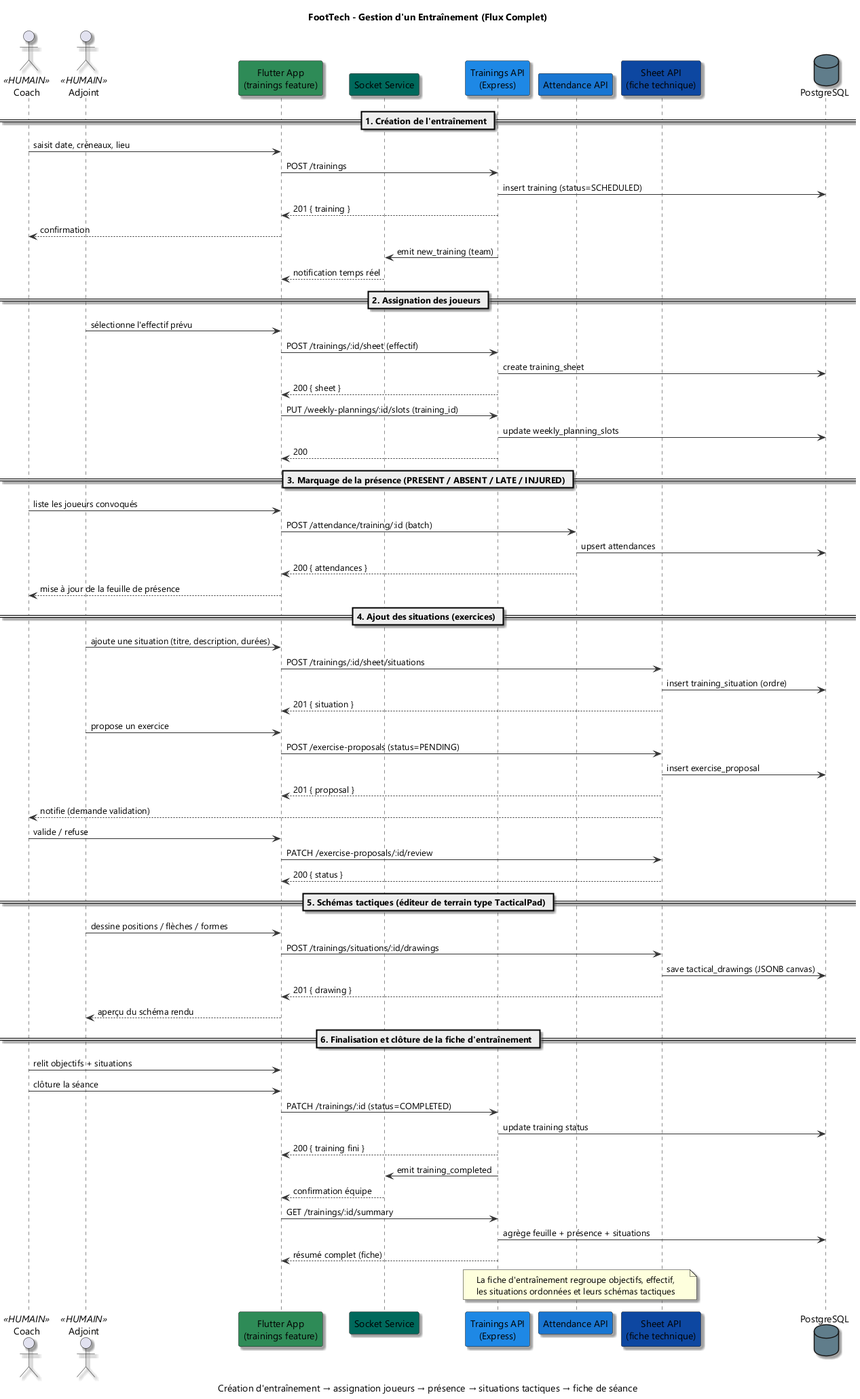
Earlier version of the PlantUML export diagrammes/06_training_flow.png (boubayafares/pfe_complete). Source of this version:
```plantuml
@startuml
!pragma layout smetana
title FootTech - Gestion d'un Entraînement (Flux Complet)
caption Création d'entraînement → assignation joueurs → présence → situations tactiques → fiche de séance

skinparam backgroundColor #FFFFFF
skinparam defaultFontName "Segoe UI"
skinparam shadowing true
skinparam ArrowColor #333333

actor "Coach" as COACH <<HUMAIN>>
actor "Adjoint" as ADJOINT <<HUMAIN>>

participant "Flutter App\n(trainings feature)" as FLUTTER #2E8B57
participant "Socket Service" as SOCKET #00695C

participant "Trainings API\n(Express)" as TRAIN_API #1E88E5
participant "Attendance API" as ATTEND_API #1976D2
participant "Sheet API\n(fiche technique)" as SHEET_API #0D47A1

database "PostgreSQL" as PG #607D8B

== 1. Création de l'entraînement ==

COACH -> FLUTTER : saisit date, créneaux, lieu
FLUTTER -> TRAIN_API : POST /trainings
TRAIN_API -> PG : insert training (status=SCHEDULED)
TRAIN_API --> FLUTTER : 201 { training }
FLUTTER --> COACH : confirmation

TRAIN_API -> SOCKET : emit new_training (team)
SOCKET --> FLUTTER : notification temps réel

== 2. Assignation des joueurs ==

ADJOINT -> FLUTTER : sélectionne l'effectif prévu
FLUTTER -> TRAIN_API : POST /trainings/:id/sheet (effectif)
TRAIN_API -> PG : create training_sheet
TRAIN_API --> FLUTTER : 200 { sheet }

FLUTTER -> TRAIN_API : PUT /weekly-plannings/:id/slots (training_id)
TRAIN_API -> PG : update weekly_planning_slots
TRAIN_API --> FLUTTER : 200

== 3. Marquage de la présence (PRESENT / ABSENT / LATE / INJURED) ==

COACH -> FLUTTER : liste les joueurs convoqués
FLUTTER -> ATTEND_API : POST /attendance/training/:id (batch)
ATTEND_API -> PG : upsert attendances
ATTEND_API --> FLUTTER : 200 { attendances }
FLUTTER --> COACH : mise à jour de la feuille de présence

== 4. Ajout des situations (exercices) ==

ADJOINT -> FLUTTER : ajoute une situation (titre, description, durées)
FLUTTER -> SHEET_API : POST /trainings/:id/sheet/situations
SHEET_API -> PG : insert training_situation (ordre)
SHEET_API --> FLUTTER : 201 { situation }

ADJOINT -> FLUTTER : propose un exercice
FLUTTER -> SHEET_API : POST /exercise-proposals (status=PENDING)
SHEET_API -> PG : insert exercise_proposal
SHEET_API --> FLUTTER : 201 { proposal }
SHEET_API --> COACH : notifie (demande validation)
COACH -> FLUTTER : valide / refuse
FLUTTER -> SHEET_API : PATCH /exercise-proposals/:id/review
SHEET_API --> FLUTTER : 200 { status }

== 5. Schémas tactiques (éditeur de terrain type TacticalPad) ==

ADJOINT -> FLUTTER : dessine positions / flèches / formes
FLUTTER -> SHEET_API : POST /trainings/situations/:id/drawings
SHEET_API -> PG : save tactical_drawings (JSONB canvas)
SHEET_API --> FLUTTER : 201 { drawing }
FLUTTER --> ADJOINT : aperçu du schéma rendu

== 6. Finalisation et clôture de la fiche d'entraînement ==

COACH -> FLUTTER : relit objectifs + situations
COACH -> FLUTTER : clôture la séance
FLUTTER -> TRAIN_API : PATCH /trainings/:id (status=COMPLETED)
TRAIN_API -> PG : update training status
TRAIN_API --> FLUTTER : 200 { training fini }
TRAIN_API -> SOCKET : emit training_completed
SOCKET --> FLUTTER : confirmation équipe

FLUTTER -> TRAIN_API : GET /trainings/:id/summary
TRAIN_API -> PG : agrège feuille + présence + situations
TRAIN_API --> FLUTTER : résumé complet (fiche)

note over TRAIN_API, SHEET_API : La fiche d'entraînement regroupe objectifs, effectif,\nles situations ordonnées et leurs schémas tactiques

@enduml
```
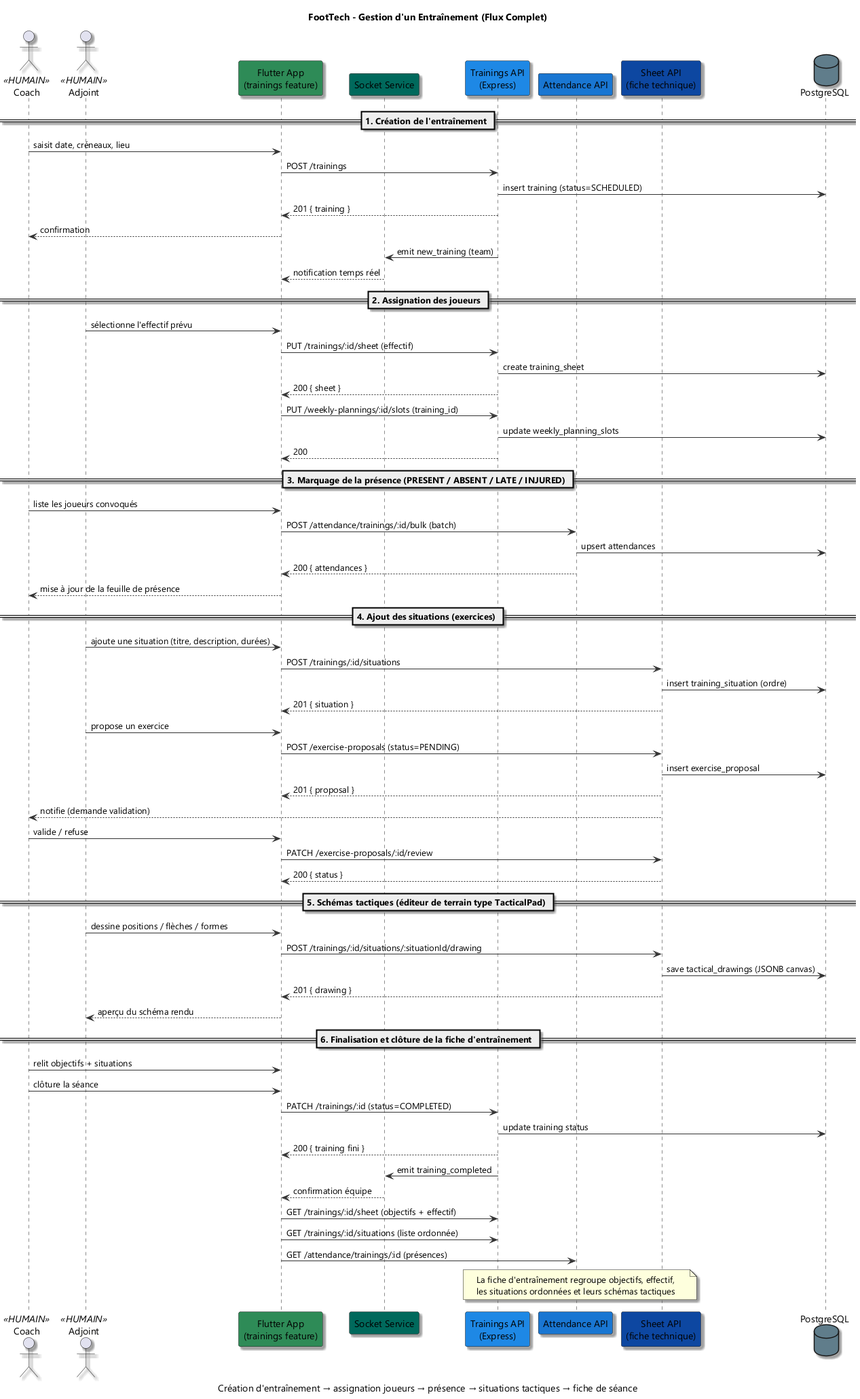
Later version of the same file.

Change to the diagram source:
```diff
@@ -34,7 +34,7 @@
 == 2. Assignation des joueurs ==
 
 ADJOINT -> FLUTTER : sélectionne l'effectif prévu
-FLUTTER -> TRAIN_API : POST /trainings/:id/sheet (effectif)
+FLUTTER -> TRAIN_API : PUT /trainings/:id/sheet (effectif)
 TRAIN_API -> PG : create training_sheet
 TRAIN_API --> FLUTTER : 200 { sheet }
 
@@ -45,7 +45,7 @@
 == 3. Marquage de la présence (PRESENT / ABSENT / LATE / INJURED) ==
 
 COACH -> FLUTTER : liste les joueurs convoqués
-FLUTTER -> ATTEND_API : POST /attendance/training/:id (batch)
+FLUTTER -> ATTEND_API : POST /attendance/trainings/:id/bulk (batch)
 ATTEND_API -> PG : upsert attendances
 ATTEND_API --> FLUTTER : 200 { attendances }
 FLUTTER --> COACH : mise à jour de la feuille de présence
@@ -53,7 +53,7 @@
 == 4. Ajout des situations (exercices) ==
 
 ADJOINT -> FLUTTER : ajoute une situation (titre, description, durées)
-FLUTTER -> SHEET_API : POST /trainings/:id/sheet/situations
+FLUTTER -> SHEET_API : POST /trainings/:id/situations
 SHEET_API -> PG : insert training_situation (ordre)
 SHEET_API --> FLUTTER : 201 { situation }
 
@@ -69,7 +69,7 @@
 == 5. Schémas tactiques (éditeur de terrain type TacticalPad) ==
 
 ADJOINT -> FLUTTER : dessine positions / flèches / formes
-FLUTTER -> SHEET_API : POST /trainings/situations/:id/drawings
+FLUTTER -> SHEET_API : POST /trainings/:id/situations/:situationId/drawing
 SHEET_API -> PG : save tactical_drawings (JSONB canvas)
 SHEET_API --> FLUTTER : 201 { drawing }
 FLUTTER --> ADJOINT : aperçu du schéma rendu
@@ -84,9 +84,9 @@
 TRAIN_API -> SOCKET : emit training_completed
 SOCKET --> FLUTTER : confirmation équipe
 
-FLUTTER -> TRAIN_API : GET /trainings/:id/summary
-TRAIN_API -> PG : agrège feuille + présence + situations
-TRAIN_API --> FLUTTER : résumé complet (fiche)
+FLUTTER -> TRAIN_API : GET /trainings/:id/sheet (objectifs + effectif)
+FLUTTER -> TRAIN_API : GET /trainings/:id/situations (liste ordonnée)
+FLUTTER -> ATTEND_API : GET /attendance/trainings/:id (présences)
 
 note over TRAIN_API, SHEET_API : La fiche d'entraînement regroupe objectifs, effectif,\nles situations ordonnées et leurs schémas tactiques
 
```
